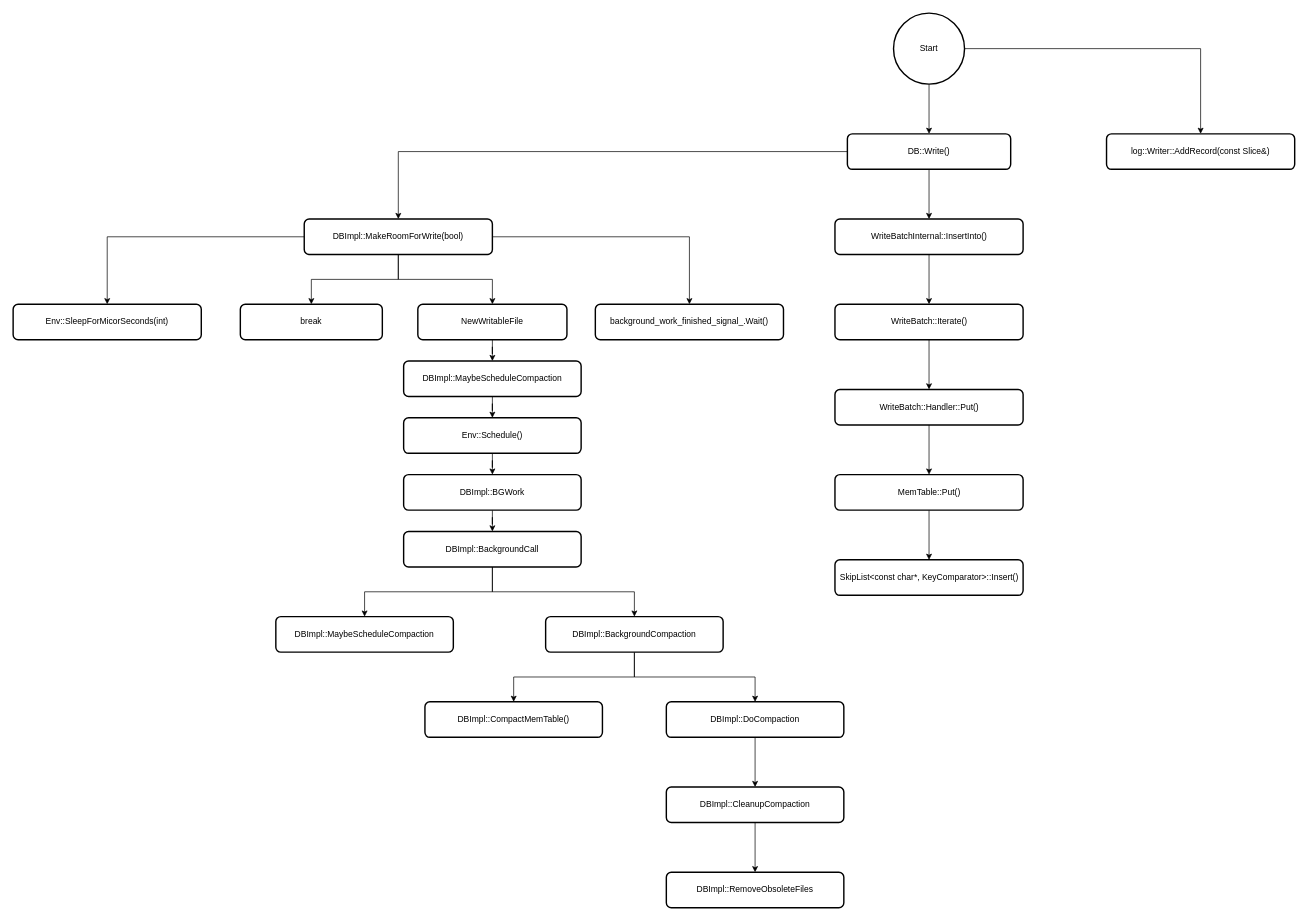
The draw.io diagram leveldb/leveldb_write.drawio in zll600/pictures, before the edit. Source tidied: cells renumbered, new cells numbered last; positions are measured from the earlier drawing's top-left corner, leaving out a move shared by most shapes. Both pictures are drawn from the tidied source at 71%, with x=0, y=0 at pixel (13, 13).
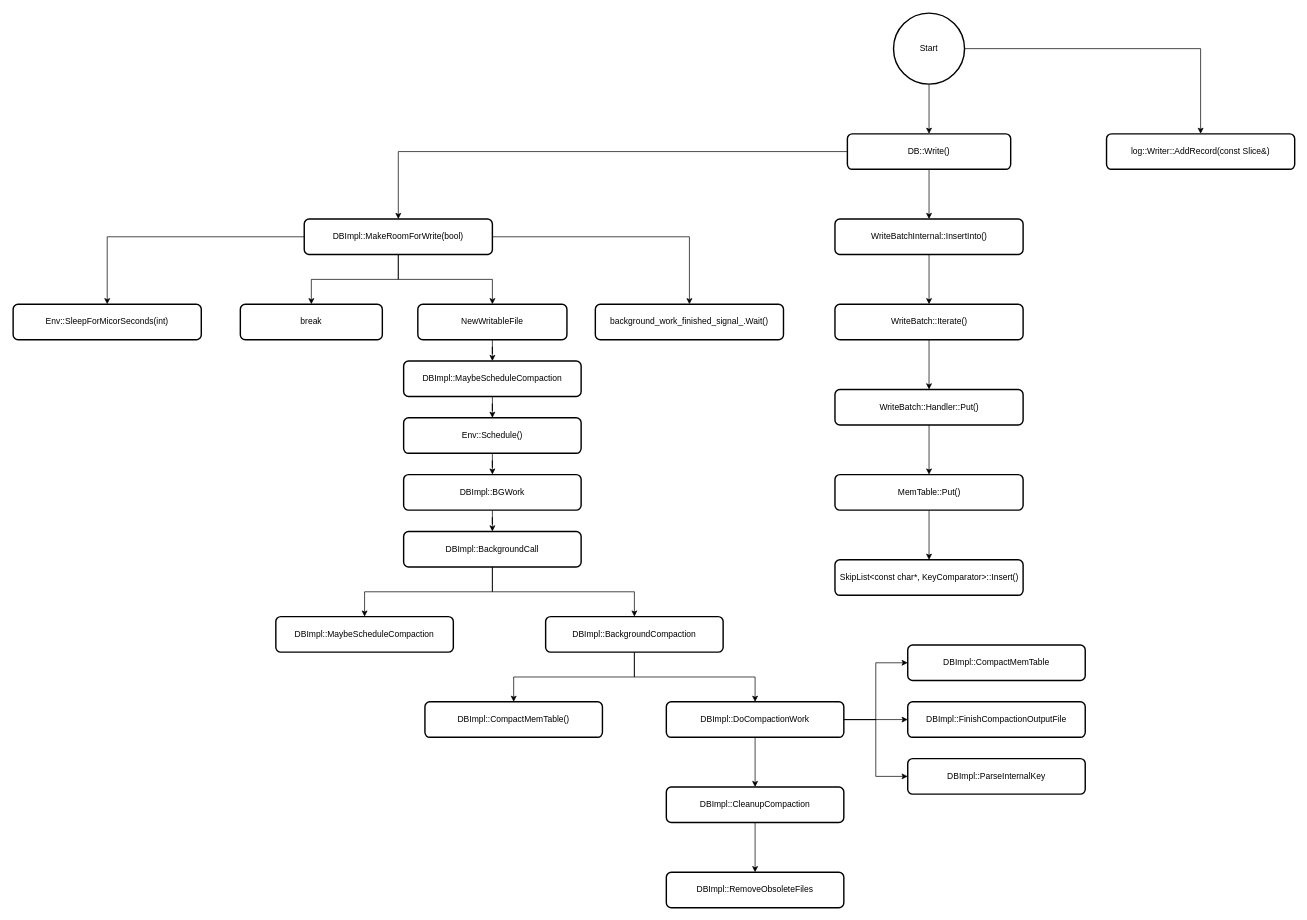
The same page after the edit.

The edit, as a diff of the source:
```diff
@@
+    <mxCell id="47" style="edgeStyle=orthogonalEdgeStyle;rounded=0;jettySize=auto;html=1;entryX=0;entryY=0.5;entryDx=0;entryDy=0;" parent="1" edge="1" source="43" target="50">
+      <mxGeometry relative="1" as="geometry" />
+    </mxCell>
+    <mxCell id="48" style="edgeStyle=orthogonalEdgeStyle;rounded=0;jettySize=auto;html=1;" parent="1" edge="1" source="43" target="51">
+      <mxGeometry relative="1" as="geometry" />
+    </mxCell>
+    <mxCell id="49" style="edgeStyle=orthogonalEdgeStyle;rounded=0;jettySize=auto;html=1;entryX=0;entryY=0.5;entryDx=0;entryDy=0;" parent="1" edge="1" source="43" target="52">
+      <mxGeometry relative="1" as="geometry" />
+    </mxCell>
-    <mxCell id="43" value="DBImpl::DoCompaction" style="rounded=1;whiteSpace=wrap;html=1;absoluteArcSize=1;arcSize=14;strokeWidth=2;" parent="1" vertex="1">
+    <mxCell id="43" value="DBImpl::DoCompactionWork" style="rounded=1;whiteSpace=wrap;html=1;absoluteArcSize=1;arcSize=14;strokeWidth=2;" parent="1" vertex="1">
       <mxGeometry x="920" y="970" width="250" height="50" as="geometry" />
     </mxCell>
@@
+    <mxCell id="50" value="DBImpl::CompactMemTable" style="rounded=1;whiteSpace=wrap;html=1;absoluteArcSize=1;arcSize=14;strokeWidth=2;" parent="1" vertex="1">
+      <mxGeometry x="1260" y="890" width="250" height="50" as="geometry" />
+    </mxCell>
+    <mxCell id="51" value="DBImpl::FinishCompactionOutputFile" style="rounded=1;whiteSpace=wrap;html=1;absoluteArcSize=1;arcSize=14;strokeWidth=2;" parent="1" vertex="1">
+      <mxGeometry x="1260" y="970" width="250" height="50" as="geometry" />
+    </mxCell>
+    <mxCell id="52" value="DBImpl::ParseInternalKey" style="rounded=1;whiteSpace=wrap;html=1;absoluteArcSize=1;arcSize=14;strokeWidth=2;" parent="1" vertex="1">
+      <mxGeometry x="1260" y="1050" width="250" height="50" as="geometry" />
+    </mxCell>
```
